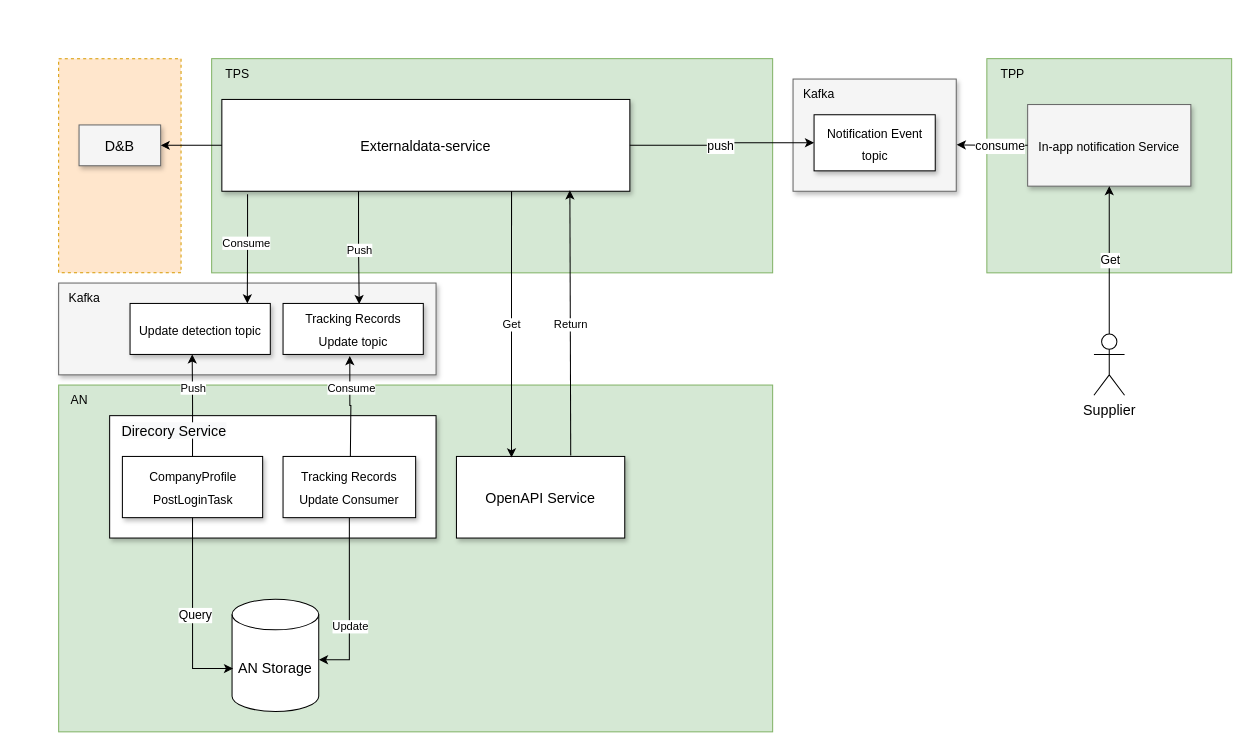
The draw.io diagram block_diagram_detection_dnb_changes.drawio in huangshijie/Drawio, before the edit. Source tidied: cells renumbered, new cells numbered last; positions are measured from the earlier drawing's top-left corner, leaving out a move shared by most shapes. Both pictures are drawn from the tidied source at 102%, with x=0, y=0 at pixel (58, 58).
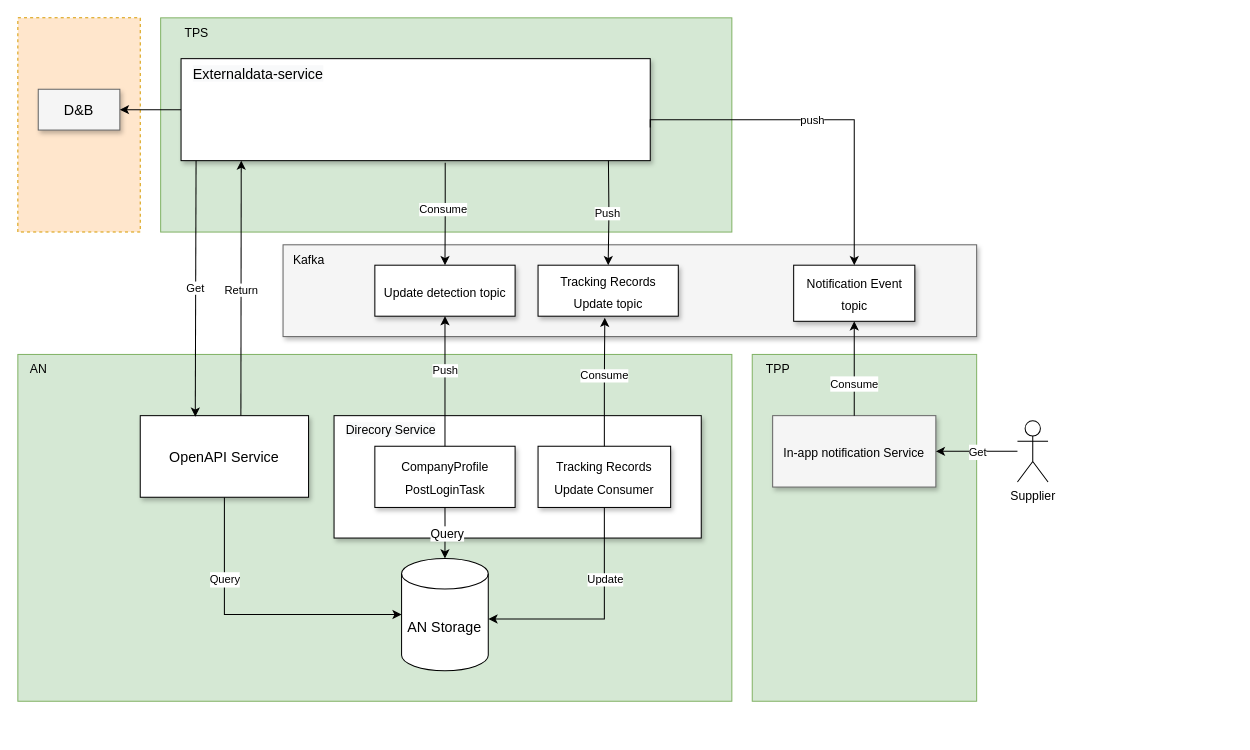
The same page after the edit.

Change to the diagram source:
```diff
@@
-    <mxCell id="2" style="group;" parent="1" vertex="1">
-      <mxGeometry width="1150" height="660" as="geometry" />
-    </mxCell>
+    <mxCell id="48" style="group;" parent="1" vertex="1">
+      <mxGeometry x="-40" y="-40" width="1010" height="670" as="geometry" />
+    </mxCell>
-    <mxCell id="3" style="rounded=0;whiteSpace=wrap;html=1;dashed=1;fillColor=#ffe6cc;strokeColor=#d79b00;" parent="2" vertex="1">
+    <mxCell id="3" style="rounded=0;whiteSpace=wrap;html=1;dashed=1;fillColor=#ffe6cc;strokeColor=#d79b00;" parent="48" vertex="1">
       <mxGeometry width="120" height="210" as="geometry" />
     </mxCell>
-    <mxCell id="4" style="rounded=0;whiteSpace=wrap;html=1;fillColor=#d5e8d4;strokeColor=#82b366;" parent="2" vertex="1">
-      <mxGeometry x="910" width="240" height="210" as="geometry" />
+    <mxCell id="4" style="rounded=0;whiteSpace=wrap;html=1;fillColor=#d5e8d4;strokeColor=#82b366;" parent="48" vertex="1">
+      <mxGeometry x="720" y="330" width="220" height="340" as="geometry" />
     </mxCell>
-    <mxCell id="5" style="rounded=0;whiteSpace=wrap;html=1;fillColor=#d5e8d4;strokeColor=#82b366;" parent="2" vertex="1">
-      <mxGeometry x="150" width="550" height="210" as="geometry" />
+    <mxCell id="5" style="rounded=0;whiteSpace=wrap;html=1;fillColor=#d5e8d4;strokeColor=#82b366;" parent="48" vertex="1">
+      <mxGeometry x="140" width="560" height="210" as="geometry" />
     </mxCell>
-    <mxCell id="6" style="rounded=0;whiteSpace=wrap;html=1;fillColor=#d5e8d4;strokeColor=#82b366;" parent="2" vertex="1">
-      <mxGeometry y="320" width="700" height="340" as="geometry" />
+    <mxCell id="6" style="rounded=0;whiteSpace=wrap;html=1;fillColor=#d5e8d4;strokeColor=#82b366;" parent="48" vertex="1">
+      <mxGeometry y="330" width="700" height="340" as="geometry" />
     </mxCell>
-    <mxCell id="7" value="&lt;font style=&quot;font-size: 14px;&quot;&gt;Externaldata-service&lt;/font&gt;" style="whiteSpace=wrap;html=1;shadow=1;fontSize=18;" parent="2" vertex="1">
-      <mxGeometry x="160" y="40" width="400" height="90" as="geometry" />
+    <mxCell id="7" style="whiteSpace=wrap;html=1;shadow=1;fontSize=18;" parent="48" vertex="1">
+      <mxGeometry x="160" y="40" width="460" height="100" as="geometry" />
     </mxCell>
-    <mxCell id="8" style="whiteSpace=wrap;html=1;shadow=1;fontSize=18;fillColor=#f5f5f5;strokeColor=#666666;" parent="2" vertex="1">
-      <mxGeometry x="720" y="20" width="160" height="110" as="geometry" />
-    </mxCell>
-    <mxCell id="9" style="edgeStyle=orthogonalEdgeStyle;rounded=0;jettySize=auto;html=1;exitX=1;exitY=0.5;exitDx=0;exitDy=0;entryX=0;entryY=0.5;entryDx=0;entryDy=0;" parent="2" edge="1" source="7" target="47">
-      <mxGeometry relative="1" as="geometry" />
-    </mxCell>
-    <mxCell id="10" value="push" style="edgeLabel;html=1;align=center;verticalAlign=middle;fontSize=12;" parent="9" vertex="1">
-      <mxGeometry x="-0.04" y="1" relative="1" as="geometry">
-        <mxPoint y="1" as="offset" />
-      </mxGeometry>
-    </mxCell>
-    <mxCell id="11" value="&lt;font style=&quot;font-size: 12px;&quot;&gt;In-app notification Service&lt;/font&gt;" style="whiteSpace=wrap;html=1;shadow=1;fontSize=18;fillColor=#f5f5f5;strokeColor=#666666;" parent="2" vertex="1">
-      <mxGeometry x="950" y="45" width="160" height="80" as="geometry" />
+    <mxCell id="11" value="&lt;font style=&quot;font-size: 12px;&quot;&gt;In-app notification Service&lt;/font&gt;" style="whiteSpace=wrap;html=1;shadow=1;fontSize=18;fillColor=#f5f5f5;strokeColor=#666666;" parent="48" vertex="1">
+      <mxGeometry x="740" y="390" width="160" height="70" as="geometry" />
     </mxCell>
-    <mxCell id="12" style="edgeStyle=orthogonalEdgeStyle;rounded=0;jettySize=auto;html=1;exitX=0;exitY=0.5;exitDx=0;exitDy=0;entryX=1.003;entryY=0.586;entryDx=0;entryDy=0;entryPerimeter=0;" parent="2" edge="1" source="11" target="8">
-      <mxGeometry relative="1" as="geometry" />
-    </mxCell>
-    <mxCell id="13" value="consume" style="edgeLabel;html=1;align=center;verticalAlign=middle;fontSize=12;" parent="12" vertex="1">
-      <mxGeometry x="-0.18" y="-1" relative="1" as="geometry">
-        <mxPoint x="1" y="1" as="offset" />
-      </mxGeometry>
-    </mxCell>
-    <mxCell id="14" style="edgeStyle=orthogonalEdgeStyle;rounded=0;jettySize=auto;html=1;entryX=0.5;entryY=1;entryDx=0;entryDy=0;" parent="2" edge="1" source="16" target="11">
-      <mxGeometry relative="1" as="geometry" />
-    </mxCell>
-    <mxCell id="15" value="Get" style="edgeLabel;html=1;align=center;verticalAlign=middle;fontSize=12;" parent="14" vertex="1">
-      <mxGeometry x="0.01" relative="1" as="geometry" />
-    </mxCell>
-    <mxCell id="16" value="&lt;font style=&quot;font-size: 14px;&quot;&gt;Supplier&lt;/font&gt;" style="shape=umlActor;verticalLabelPosition=bottom;verticalAlign=top;html=1;outlineConnect=0;" parent="2" vertex="1">
-      <mxGeometry x="1015" y="270" width="30" height="60" as="geometry" />
-    </mxCell>
-    <mxCell id="17" value="&lt;font style=&quot;font-size: 14px;&quot;&gt;AN Storage&lt;/font&gt;" style="shape=cylinder3;whiteSpace=wrap;html=1;boundedLbl=1;backgroundOutline=1;size=15;" parent="2" vertex="1">
-      <mxGeometry x="170" y="530" width="85" height="110" as="geometry" />
+    <mxCell id="17" value="&lt;font style=&quot;font-size: 14px;&quot;&gt;AN Storage&lt;/font&gt;" style="shape=cylinder3;whiteSpace=wrap;html=1;boundedLbl=1;backgroundOutline=1;size=15;" parent="48" vertex="1">
+      <mxGeometry x="376.2" y="530" width="85" height="110" as="geometry" />
     </mxCell>
-    <mxCell id="18" value="AN" style="text;html=1;align=center;verticalAlign=middle;strokeColor=none;fillColor=none;" parent="2" vertex="1">
-      <mxGeometry y="320" width="40" height="30" as="geometry" />
+    <mxCell id="18" value="AN" style="text;html=1;align=center;verticalAlign=middle;strokeColor=none;fillColor=none;" parent="48" vertex="1">
+      <mxGeometry y="330" width="40" height="30" as="geometry" />
     </mxCell>
-    <mxCell id="19" value="TPP" style="text;html=1;align=center;verticalAlign=middle;strokeColor=none;fillColor=none;" parent="2" vertex="1">
-      <mxGeometry x="910" width="50" height="30" as="geometry" />
+    <mxCell id="19" value="TPP" style="text;html=1;align=center;verticalAlign=middle;strokeColor=none;fillColor=none;" parent="48" vertex="1">
+      <mxGeometry x="720" y="330" width="50" height="30" as="geometry" />
     </mxCell>
-    <mxCell id="20" value="TPS" style="text;html=1;align=center;verticalAlign=middle;strokeColor=none;fillColor=none;" parent="2" vertex="1">
+    <mxCell id="20" value="TPS" style="text;html=1;align=center;verticalAlign=middle;strokeColor=none;fillColor=none;" parent="48" vertex="1">
       <mxGeometry x="150" width="50" height="30" as="geometry" />
     </mxCell>
-    <mxCell id="21" value="&lt;font style=&quot;font-size: 14px;&quot;&gt;D&amp;amp;B&lt;/font&gt;" style="whiteSpace=wrap;html=1;shadow=1;fontSize=18;fillColor=#f5f5f5;strokeColor=#666666;" parent="2" vertex="1">
-      <mxGeometry x="20" y="65" width="80" height="40" as="geometry" />
+    <mxCell id="21" value="&lt;font style=&quot;font-size: 14px;&quot;&gt;D&amp;amp;B&lt;/font&gt;" style="whiteSpace=wrap;html=1;shadow=1;fontSize=18;fillColor=#f5f5f5;strokeColor=#666666;" parent="48" vertex="1">
+      <mxGeometry x="20" y="70" width="80" height="40" as="geometry" />
     </mxCell>
-    <mxCell id="22" style="edgeStyle=orthogonalEdgeStyle;rounded=0;jettySize=auto;html=1;exitX=0;exitY=0.5;exitDx=0;exitDy=0;" parent="2" edge="1" source="7" target="21">
+    <mxCell id="22" style="edgeStyle=orthogonalEdgeStyle;rounded=0;jettySize=auto;html=1;exitX=0;exitY=0.5;exitDx=0;exitDy=0;" parent="48" edge="1" source="7" target="21">
       <mxGeometry relative="1" as="geometry" />
     </mxCell>
-    <mxCell id="23" style="whiteSpace=wrap;html=1;shadow=1;fontSize=18;fillColor=#f5f5f5;strokeColor=#666666;" parent="2" vertex="1">
-      <mxGeometry y="220" width="370" height="90" as="geometry" />
+    <mxCell id="23" style="whiteSpace=wrap;html=1;shadow=1;fontSize=18;fillColor=#f5f5f5;strokeColor=#666666;" parent="48" vertex="1">
+      <mxGeometry x="260" y="222.5" width="680" height="90" as="geometry" />
     </mxCell>
-    <mxCell id="24" style="edgeStyle=orthogonalEdgeStyle;rounded=0;jettySize=auto;html=1;exitX=0.063;exitY=1.033;exitDx=0;exitDy=0;entryX=0.836;entryY=0;entryDx=0;entryDy=0;exitPerimeter=0;entryPerimeter=0;" parent="2" edge="1" source="7" target="43">
+    <mxCell id="24" style="edgeStyle=orthogonalEdgeStyle;rounded=0;jettySize=auto;html=1;exitX=0.563;exitY=1.02;exitDx=0;exitDy=0;entryX=0.5;entryY=0;entryDx=0;entryDy=0;exitPerimeter=0;" parent="48" edge="1" source="7" target="43">
       <mxGeometry relative="1" as="geometry" />
     </mxCell>
@@
-    <mxCell id="26" style="whiteSpace=wrap;html=1;shadow=1;fontSize=18;" parent="2" vertex="1">
-      <mxGeometry x="50" y="350" width="320" height="120" as="geometry" />
+    <mxCell id="26" style="whiteSpace=wrap;html=1;shadow=1;fontSize=18;" parent="48" vertex="1">
+      <mxGeometry x="310" y="390" width="360" height="120" as="geometry" />
     </mxCell>
-    <mxCell id="27" style="endArrow=classic;html=1;rounded=0;exitX=0.679;exitY=-0.012;exitDx=0;exitDy=0;exitPerimeter=0;entryX=0.853;entryY=0.989;entryDx=0;entryDy=0;entryPerimeter=0;" parent="2" edge="1" source="29" target="7">
-      <mxGeometry relative="1" as="geometry" />
+    <mxCell id="27" style="endArrow=classic;html=1;rounded=0;exitX=0.598;exitY=0.008;exitDx=0;exitDy=0;exitPerimeter=0;" parent="48" edge="1" source="29">
+      <mxGeometry relative="1" as="geometry">
+        <mxPoint x="219" y="140" as="targetPoint" />
+      </mxGeometry>
     </mxCell>
@@
+    <mxCell id="49" style="edgeStyle=orthogonalEdgeStyle;rounded=0;jettySize=auto;html=1;exitX=0.5;exitY=1;exitDx=0;exitDy=0;entryX=0;entryY=0.5;entryDx=0;entryDy=0;entryPerimeter=0;fontSize=12;" parent="48" edge="1" source="29" target="17">
+      <mxGeometry relative="1" as="geometry" />
+    </mxCell>
+    <mxCell id="50" value="&lt;font style=&quot;font-size: 11px;&quot;&gt;Query&lt;/font&gt;" style="edgeLabel;html=1;align=center;verticalAlign=middle;fontSize=12;" parent="49" vertex="1">
+      <mxGeometry x="-0.12" relative="1" as="geometry">
+        <mxPoint x="-12" y="-35" as="offset" />
+      </mxGeometry>
+    </mxCell>
-    <mxCell id="29" value="&lt;font style=&quot;font-size: 14px;&quot;&gt;OpenAPI Service&lt;/font&gt;" style="whiteSpace=wrap;html=1;shadow=1;fontSize=18;" parent="2" vertex="1">
-      <mxGeometry x="390" y="390" width="165" height="80" as="geometry" />
+    <mxCell id="29" value="&lt;font style=&quot;font-size: 14px;&quot;&gt;OpenAPI Service&lt;/font&gt;" style="whiteSpace=wrap;html=1;shadow=1;fontSize=18;" parent="48" vertex="1">
+      <mxGeometry x="120" y="390" width="165" height="80" as="geometry" />
     </mxCell>
-    <mxCell id="30" value="Get" style="endArrow=classic;html=1;rounded=0;entryX=0.327;entryY=0.013;entryDx=0;entryDy=0;entryPerimeter=0;" parent="2" edge="1" target="29">
-      <mxGeometry relative="1" as="geometry">
-        <mxPoint x="444" y="130" as="sourcePoint" />
-      </mxGeometry>
+    <mxCell id="30" value="Get" style="endArrow=classic;html=1;rounded=0;entryX=0.327;entryY=0.013;entryDx=0;entryDy=0;entryPerimeter=0;exitX=0.032;exitY=1.002;exitDx=0;exitDy=0;exitPerimeter=0;" parent="48" edge="1" source="7" target="29">
+      <mxGeometry relative="1" as="geometry" />
     </mxCell>
-    <mxCell id="31" style="edgeStyle=orthogonalEdgeStyle;rounded=0;jettySize=auto;html=1;exitX=0.335;exitY=1;exitDx=0;exitDy=0;exitPerimeter=0;entryX=0.543;entryY=0.013;entryDx=0;entryDy=0;entryPerimeter=0;" parent="2" edge="1" source="7" target="44">
-      <mxGeometry relative="1" as="geometry" />
+    <mxCell id="31" style="edgeStyle=orthogonalEdgeStyle;rounded=0;jettySize=auto;html=1;entryX=0.5;entryY=0;entryDx=0;entryDy=0;" parent="48" edge="1" target="44">
+      <mxGeometry relative="1" as="geometry">
+        <mxPoint x="579" y="140" as="sourcePoint" />
+      </mxGeometry>
     </mxCell>
@@
-    <mxCell id="33" style="edgeStyle=orthogonalEdgeStyle;rounded=0;jettySize=auto;html=1;exitX=0.5;exitY=0;exitDx=0;exitDy=0;entryX=0.443;entryY=0.999;entryDx=0;entryDy=0;entryPerimeter=0;" parent="2" edge="1" source="35" target="43">
-      <mxGeometry relative="1" as="geometry" />
-    </mxCell>
-    <mxCell id="34" value="Push" style="edgeLabel;html=1;align=center;verticalAlign=middle;" parent="33" vertex="1">
-      <mxGeometry x="0.36" y="-1" relative="1" as="geometry" />
-    </mxCell>
-    <mxCell id="35" value="&lt;font style=&quot;font-size: 12px;&quot;&gt;CompanyProfile&lt;br&gt;PostLoginTask&lt;/font&gt;" style="whiteSpace=wrap;html=1;shadow=1;fontSize=18;" parent="2" vertex="1">
-      <mxGeometry x="62.5" y="390" width="137.5" height="60" as="geometry" />
+    <mxCell id="35" value="&lt;font style=&quot;font-size: 12px;&quot;&gt;CompanyProfile&lt;br&gt;PostLoginTask&lt;/font&gt;" style="whiteSpace=wrap;html=1;shadow=1;fontSize=18;" parent="48" vertex="1">
+      <mxGeometry x="350" y="420" width="137.5" height="60" as="geometry" />
     </mxCell>
-    <mxCell id="36" style="edgeStyle=orthogonalEdgeStyle;rounded=0;jettySize=auto;html=1;fontSize=18;startArrow=none;startFill=0;entryX=0.012;entryY=0.618;entryDx=0;entryDy=0;entryPerimeter=0;exitX=0.5;exitY=1;exitDx=0;exitDy=0;" parent="2" edge="1" source="35" target="17">
+    <mxCell id="36" style="edgeStyle=orthogonalEdgeStyle;rounded=0;jettySize=auto;html=1;fontSize=18;startArrow=none;startFill=0;entryX=0.5;entryY=0;entryDx=0;entryDy=0;entryPerimeter=0;exitX=0.5;exitY=1;exitDx=0;exitDy=0;" parent="48" edge="1" source="35" target="17">
       <mxGeometry relative="1" as="geometry" />
     </mxCell>
@@
-    <mxCell id="38" style="edgeStyle=orthogonalEdgeStyle;rounded=0;jettySize=auto;html=1;exitX=0.5;exitY=1;exitDx=0;exitDy=0;entryX=1.002;entryY=0.539;entryDx=0;entryDy=0;entryPerimeter=0;" parent="2" edge="1" source="40" target="17">
+    <mxCell id="38" style="edgeStyle=orthogonalEdgeStyle;rounded=0;jettySize=auto;html=1;exitX=0.5;exitY=1;exitDx=0;exitDy=0;entryX=1.002;entryY=0.539;entryDx=0;entryDy=0;entryPerimeter=0;" parent="48" edge="1" source="40" target="17">
       <mxGeometry relative="1" as="geometry" />
     </mxCell>
     <mxCell id="39" value="Update" style="edgeLabel;html=1;align=center;verticalAlign=middle;" parent="38" vertex="1">
       <mxGeometry x="0.17" y="-2" relative="1" as="geometry">
-        <mxPoint x="2" y="7" as="offset" />
+        <mxPoint x="21" y="-37" as="offset" />
       </mxGeometry>
     </mxCell>
-    <mxCell id="40" value="&lt;font style=&quot;font-size: 12px;&quot;&gt;Tracking Records Update Consumer&lt;/font&gt;" style="whiteSpace=wrap;html=1;shadow=1;fontSize=18;" parent="2" vertex="1">
-      <mxGeometry x="220" y="390" width="130" height="60" as="geometry" />
+    <mxCell id="40" value="&lt;font style=&quot;font-size: 12px;&quot;&gt;Tracking Records Update Consumer&lt;/font&gt;" style="whiteSpace=wrap;html=1;shadow=1;fontSize=18;" parent="48" vertex="1">
+      <mxGeometry x="510" y="420" width="130" height="60" as="geometry" />
     </mxCell>
-    <mxCell id="41" value="&lt;span style=&quot;color: rgb(0, 0, 0); font-family: Helvetica; font-size: 14px; font-style: normal; font-variant-ligatures: normal; font-variant-caps: normal; font-weight: 400; letter-spacing: normal; orphans: 2; text-align: center; text-indent: 0px; text-transform: none; widows: 2; word-spacing: 0px; -webkit-text-stroke-width: 0px; background-color: rgb(248, 249, 250); text-decoration-thickness: initial; text-decoration-style: initial; text-decoration-color: initial; float: none; display: inline !important;&quot;&gt;Direcory Service&lt;/span&gt;" style="text;whiteSpace=wrap;html=1;" parent="2" vertex="1">
-      <mxGeometry x="60" y="350" width="110" height="30" as="geometry" />
+    <mxCell id="41" value="&lt;span style=&quot;color: rgb(0, 0, 0); font-family: Helvetica; font-style: normal; font-variant-ligatures: normal; font-variant-caps: normal; font-weight: 400; letter-spacing: normal; orphans: 2; text-align: center; text-indent: 0px; text-transform: none; widows: 2; word-spacing: 0px; -webkit-text-stroke-width: 0px; background-color: rgb(248, 249, 250); text-decoration-thickness: initial; text-decoration-style: initial; text-decoration-color: initial; float: none; display: inline !important;&quot;&gt;&lt;font style=&quot;font-size: 12px;&quot;&gt;Direcory Service&lt;/font&gt;&lt;/span&gt;" style="text;whiteSpace=wrap;html=1;" parent="48" vertex="1">
+      <mxGeometry x="320" y="390" width="110" height="30" as="geometry" />
     </mxCell>
-    <mxCell id="42" value="Consume" style="edgeStyle=orthogonalEdgeStyle;rounded=0;jettySize=auto;html=1;entryX=0.476;entryY=1.03;entryDx=0;entryDy=0;entryPerimeter=0;" parent="2" edge="1" target="44">
-      <mxGeometry x="0.37" y="-2" relative="1" as="geometry">
-        <mxPoint x="286" y="390" as="sourcePoint" />
-      </mxGeometry>
-    </mxCell>
-    <mxCell id="43" value="&lt;font style=&quot;font-size: 12px;&quot;&gt;Update detection topic&lt;/font&gt;" style="whiteSpace=wrap;html=1;shadow=1;fontSize=18;" parent="2" vertex="1">
-      <mxGeometry x="70" y="240" width="137.5" height="50" as="geometry" />
+    <mxCell id="43" value="&lt;font style=&quot;font-size: 12px;&quot;&gt;Update detection topic&lt;/font&gt;" style="whiteSpace=wrap;html=1;shadow=1;fontSize=18;" parent="48" vertex="1">
+      <mxGeometry x="350" y="242.5" width="137.5" height="50" as="geometry" />
     </mxCell>
+    <mxCell id="33" style="edgeStyle=orthogonalEdgeStyle;rounded=0;jettySize=auto;html=1;exitX=0.5;exitY=0;exitDx=0;exitDy=0;entryX=0.5;entryY=1;entryDx=0;entryDy=0;" parent="48" edge="1" source="35" target="43">
+      <mxGeometry relative="1" as="geometry" />
+    </mxCell>
+    <mxCell id="34" value="Push" style="edgeLabel;html=1;align=center;verticalAlign=middle;" parent="33" vertex="1">
+      <mxGeometry x="0.36" y="-1" relative="1" as="geometry">
+        <mxPoint x="-1" y="12" as="offset" />
+      </mxGeometry>
+    </mxCell>
-    <mxCell id="44" value="&lt;font style=&quot;font-size: 12px;&quot;&gt;Tracking Records Update&amp;nbsp;topic&lt;/font&gt;" style="whiteSpace=wrap;html=1;shadow=1;fontSize=18;" parent="2" vertex="1">
-      <mxGeometry x="220" y="240" width="137.5" height="50" as="geometry" />
+    <mxCell id="44" value="&lt;font style=&quot;font-size: 12px;&quot;&gt;Tracking Records Update&amp;nbsp;topic&lt;/font&gt;" style="whiteSpace=wrap;html=1;shadow=1;fontSize=18;" parent="48" vertex="1">
+      <mxGeometry x="510" y="242.5" width="137.5" height="50" as="geometry" />
     </mxCell>
-    <mxCell id="45" value="Kafka" style="text;html=1;align=center;verticalAlign=middle;strokeColor=none;fillColor=none;" parent="2" vertex="1">
-      <mxGeometry y="220" width="50" height="30" as="geometry" />
+    <mxCell id="45" value="Kafka" style="text;html=1;align=center;verticalAlign=middle;strokeColor=none;fillColor=none;" parent="48" vertex="1">
+      <mxGeometry x="260" y="222.5" width="50" height="30" as="geometry" />
     </mxCell>
-    <mxCell id="46" value="&lt;span style=&quot;&quot;&gt;Kafka&lt;/span&gt;" style="text;html=1;align=center;verticalAlign=middle;strokeColor=none;fillColor=none;fontSize=12;" parent="2" vertex="1">
-      <mxGeometry x="720" y="20" width="50" height="30" as="geometry" />
-    </mxCell>
-    <mxCell id="47" value="&lt;span style=&quot;font-size: 12px;&quot;&gt;Notification Event topic&lt;/span&gt;" style="whiteSpace=wrap;html=1;shadow=1;fontSize=18;" parent="2" vertex="1">
-      <mxGeometry x="740.6" y="55" width="118.8" height="55" as="geometry" />
+    <mxCell id="47" value="&lt;span style=&quot;font-size: 12px;&quot;&gt;Notification Event topic&lt;/span&gt;" style="whiteSpace=wrap;html=1;shadow=1;fontSize=18;" parent="48" vertex="1">
+      <mxGeometry x="760.6" y="242.5" width="118.8" height="55" as="geometry" />
     </mxCell>
+    <mxCell id="16" value="&lt;font style=&quot;font-size: 12px;&quot;&gt;Supplier&lt;/font&gt;" style="shape=umlActor;verticalLabelPosition=bottom;verticalAlign=top;html=1;outlineConnect=0;" parent="48" vertex="1">
+      <mxGeometry x="980" y="395" width="30" height="60" as="geometry" />
+    </mxCell>
+    <mxCell id="14" style="edgeStyle=orthogonalEdgeStyle;rounded=0;jettySize=auto;html=1;entryX=1;entryY=0.5;entryDx=0;entryDy=0;" parent="48" edge="1" source="16" target="11">
+      <mxGeometry relative="1" as="geometry" />
+    </mxCell>
+    <mxCell id="15" value="&lt;font style=&quot;font-size: 11px;&quot;&gt;Get&lt;/font&gt;" style="edgeLabel;html=1;align=center;verticalAlign=middle;fontSize=12;" parent="14" vertex="1">
+      <mxGeometry x="0.01" relative="1" as="geometry" />
+    </mxCell>
+    <mxCell id="9" style="edgeStyle=orthogonalEdgeStyle;rounded=0;jettySize=auto;html=1;exitX=1;exitY=0.676;exitDx=0;exitDy=0;exitPerimeter=0;" parent="48" edge="1" source="7" target="47">
+      <mxGeometry relative="1" as="geometry">
+        <Array as="points">
+          <mxPoint x="620" y="100" />
+          <mxPoint x="820" y="100" />
+        </Array>
+      </mxGeometry>
+    </mxCell>
+    <mxCell id="10" value="&lt;font style=&quot;font-size: 11px;&quot;&gt;push&lt;/font&gt;" style="edgeLabel;html=1;align=center;verticalAlign=middle;fontSize=12;" parent="9" vertex="1">
+      <mxGeometry x="-0.04" y="1" relative="1" as="geometry">
+        <mxPoint x="-2" y="1" as="offset" />
+      </mxGeometry>
+    </mxCell>
+    <mxCell id="42" value="Consume" style="edgeStyle=orthogonalEdgeStyle;rounded=0;jettySize=auto;html=1;entryX=0.476;entryY=1.03;entryDx=0;entryDy=0;entryPerimeter=0;exitX=0.5;exitY=0;exitDx=0;exitDy=0;" parent="48" edge="1" source="40" target="44">
+      <mxGeometry x="0.11" relative="1" as="geometry" />
+    </mxCell>
+    <mxCell id="51" style="edgeStyle=orthogonalEdgeStyle;rounded=0;jettySize=auto;html=1;entryX=0.5;entryY=1;entryDx=0;entryDy=0;fontSize=12;exitX=0.5;exitY=0;exitDx=0;exitDy=0;" parent="48" edge="1" source="11" target="47">
+      <mxGeometry relative="1" as="geometry" />
+    </mxCell>
+    <mxCell id="52" value="&lt;font style=&quot;font-size: 11px;&quot;&gt;Consume&lt;/font&gt;" style="edgeLabel;html=1;align=center;verticalAlign=middle;fontSize=12;" parent="51" vertex="1">
+      <mxGeometry x="-0.3" y="1" relative="1" as="geometry" />
+    </mxCell>
+    <mxCell id="53" value="&lt;span style=&quot;color: rgb(0, 0, 0); font-family: Helvetica; font-size: 14px; font-style: normal; font-variant-ligatures: normal; font-variant-caps: normal; font-weight: 400; letter-spacing: normal; orphans: 2; text-align: center; text-indent: 0px; text-transform: none; widows: 2; word-spacing: 0px; -webkit-text-stroke-width: 0px; background-color: rgb(248, 249, 250); text-decoration-thickness: initial; text-decoration-style: initial; text-decoration-color: initial; float: none; display: inline !important;&quot;&gt;Externaldata-service&lt;/span&gt;" style="text;whiteSpace=wrap;html=1;fontSize=12;" parent="48" vertex="1">
+      <mxGeometry x="170" y="40" width="160" height="40" as="geometry" />
+    </mxCell>
```
